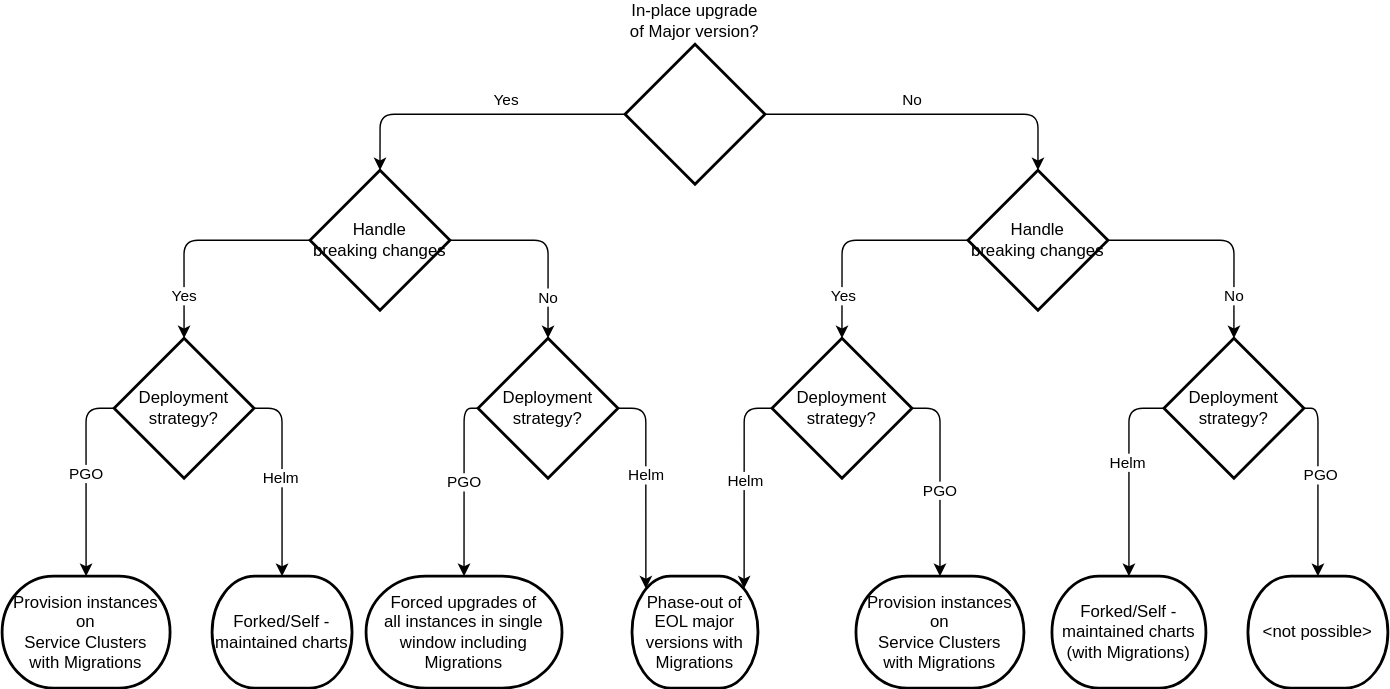
Above: docs/modules/ROOT/assets/images/decision-tree.drawio.svg in vshn/appcat-service-postgresql (draw.io), before the change. Source tidied: cells renumbered, new cells last; positions are measured from the earlier drawing's top-left corner, leaving out a move shared by most shapes.
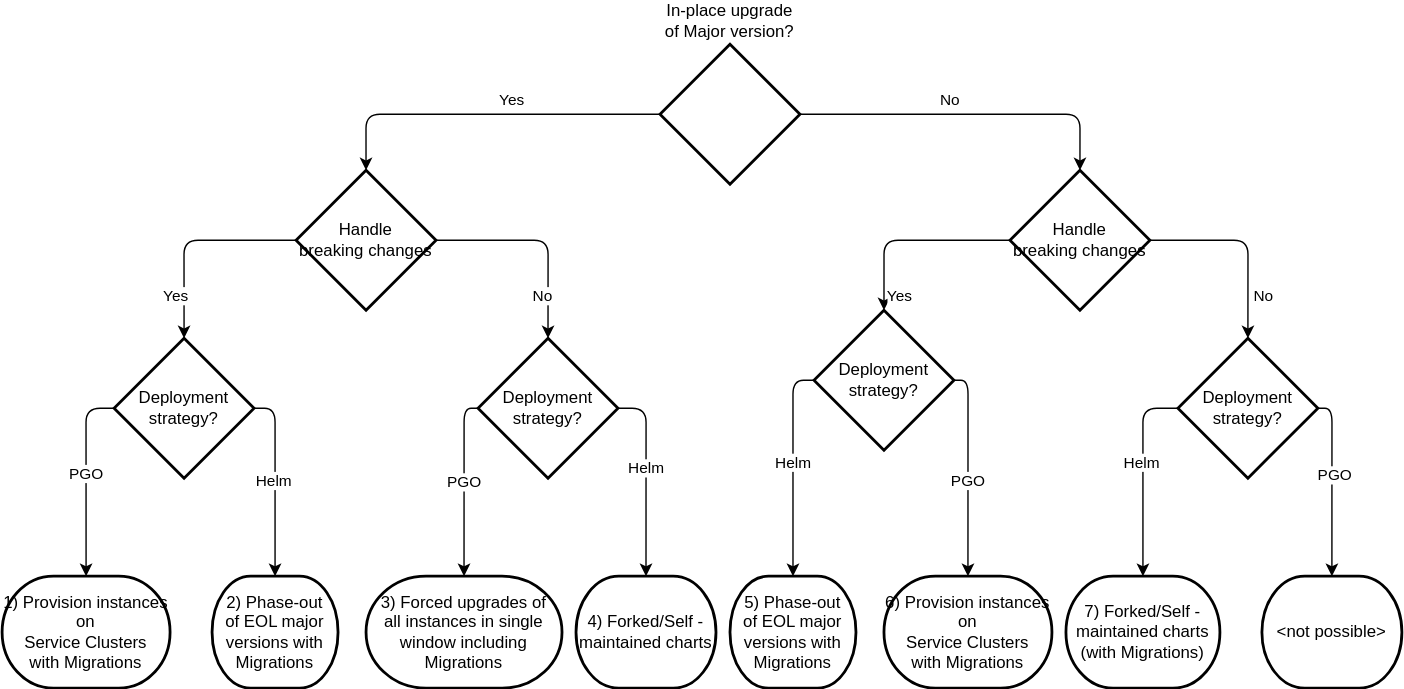
After the commit.

Commit message:
Decision: deployment strategy

What changed in the source:
```diff
@@ -19,7 +19,7 @@
       </mxGeometry>
     </mxCell>
     <mxCell id="6" value="In-place upgrade of Major version?" style="strokeWidth=2;html=1;shape=mxgraph.flowchart.decision;whiteSpace=wrap;labelPosition=center;verticalLabelPosition=top;align=center;verticalAlign=bottom;" parent="1" vertex="1">
-      <mxGeometry x="445" width="100" height="100" as="geometry" />
+      <mxGeometry x="470" width="100" height="100" as="geometry" />
     </mxCell>
     <mxCell id="7" style="edgeStyle=orthogonalEdgeStyle;html=1;exitX=0;exitY=0.5;exitDx=0;exitDy=0;exitPerimeter=0;entryX=0.5;entryY=0;entryDx=0;entryDy=0;entryPerimeter=0;" parent="1" edge="1" source="11" target="17">
       <mxGeometry relative="1" as="geometry" />
@@ -29,7 +29,7 @@
         <mxPoint x="-1" y="-10" as="offset" />
       </mxGeometry>
     </mxCell>
-    <mxCell id="9" style="edgeStyle=orthogonalEdgeStyle;html=1;exitX=1;exitY=0.5;exitDx=0;exitDy=0;exitPerimeter=0;entryX=0.5;entryY=0;entryDx=0;entryDy=0;entryPerimeter=0;" parent="1" edge="1" source="11" target="29">
+    <mxCell id="9" style="edgeStyle=orthogonalEdgeStyle;html=1;exitX=1;exitY=0.5;exitDx=0;exitDy=0;exitPerimeter=0;entryX=0.5;entryY=0;entryDx=0;entryDy=0;entryPerimeter=0;" parent="1" edge="1" source="11" target="44">
       <mxGeometry relative="1" as="geometry" />
     </mxCell>
     <mxCell id="10" value="Helm" style="edgeLabel;html=1;align=center;verticalAlign=middle;" parent="9" vertex="1">
@@ -55,12 +55,12 @@
       </mxGeometry>
     </mxCell>
     <mxCell id="16" value="Handle&lt;br&gt;breaking changes" style="strokeWidth=2;html=1;shape=mxgraph.flowchart.decision;whiteSpace=wrap;" parent="1" vertex="1">
-      <mxGeometry x="690" y="90" width="100" height="100" as="geometry" />
+      <mxGeometry x="720" y="90" width="100" height="100" as="geometry" />
     </mxCell>
-    <mxCell id="17" value="Provision instances on&amp;nbsp;&lt;br&gt;Service Clusters&lt;br&gt;with Migrations" style="strokeWidth=2;html=1;shape=mxgraph.flowchart.terminator;whiteSpace=wrap;" parent="1" vertex="1">
+    <mxCell id="17" value="1) Provision instances on&amp;nbsp;&lt;br&gt;Service Clusters&lt;br&gt;with Migrations" style="strokeWidth=2;html=1;shape=mxgraph.flowchart.terminator;whiteSpace=wrap;" parent="1" vertex="1">
       <mxGeometry y="380" width="120" height="80" as="geometry" />
     </mxCell>
-    <mxCell id="18" value="Forced upgrades of &lt;br&gt;all instances in single window including Migrations" style="strokeWidth=2;html=1;shape=mxgraph.flowchart.terminator;whiteSpace=wrap;" parent="1" vertex="1">
+    <mxCell id="18" value="3) Forced upgrades of &lt;br&gt;all instances in single window including Migrations" style="strokeWidth=2;html=1;shape=mxgraph.flowchart.terminator;whiteSpace=wrap;" parent="1" vertex="1">
       <mxGeometry x="260" y="380" width="140" height="80" as="geometry" />
     </mxCell>
     <mxCell id="19" style="edgeStyle=orthogonalEdgeStyle;html=1;exitX=0;exitY=0.5;exitDx=0;exitDy=0;exitPerimeter=0;entryX=0.5;entryY=0;entryDx=0;entryDy=0;entryPerimeter=0;" parent="1" edge="1" source="23" target="11">
@@ -80,7 +80,7 @@
       </mxGeometry>
     </mxCell>
     <mxCell id="23" value="Handle&lt;br&gt;breaking changes" style="strokeWidth=2;html=1;shape=mxgraph.flowchart.decision;whiteSpace=wrap;" parent="1" vertex="1">
-      <mxGeometry x="220" y="90" width="100" height="100" as="geometry" />
+      <mxGeometry x="210" y="90" width="100" height="100" as="geometry" />
     </mxCell>
     <mxCell id="24" style="edgeStyle=orthogonalEdgeStyle;html=1;exitX=0;exitY=0.5;exitDx=0;exitDy=0;exitPerimeter=0;entryX=0.5;entryY=0;entryDx=0;entryDy=0;entryPerimeter=0;" parent="1" edge="1" source="28" target="18">
       <mxGeometry relative="1" as="geometry" />
@@ -90,7 +90,7 @@
         <mxPoint y="3" as="offset" />
       </mxGeometry>
     </mxCell>
-    <mxCell id="26" style="edgeStyle=orthogonalEdgeStyle;html=1;exitX=1;exitY=0.5;exitDx=0;exitDy=0;exitPerimeter=0;entryX=0.11;entryY=0.11;entryDx=0;entryDy=0;entryPerimeter=0;" parent="1" edge="1" source="28" target="30">
+    <mxCell id="26" style="edgeStyle=orthogonalEdgeStyle;html=1;exitX=1;exitY=0.5;exitDx=0;exitDy=0;exitPerimeter=0;entryX=0.5;entryY=0;entryDx=0;entryDy=0;entryPerimeter=0;" parent="1" edge="1" source="28" target="29">
       <mxGeometry relative="1" as="geometry" />
     </mxCell>
     <mxCell id="27" value="Helm" style="edgeLabel;html=1;align=center;verticalAlign=middle;" parent="26" vertex="1">
@@ -101,13 +101,13 @@
     <mxCell id="28" value="Deployment strategy?" style="strokeWidth=2;html=1;shape=mxgraph.flowchart.decision;whiteSpace=wrap;" parent="1" vertex="1">
       <mxGeometry x="340" y="210" width="100" height="100" as="geometry" />
     </mxCell>
-    <mxCell id="29" value="Forked/Self -maintained charts" style="strokeWidth=2;html=1;shape=mxgraph.flowchart.terminator;whiteSpace=wrap;" parent="1" vertex="1">
-      <mxGeometry x="150" y="380" width="100" height="80" as="geometry" />
+    <mxCell id="29" value="4) Forked/Self -maintained charts" style="strokeWidth=2;html=1;shape=mxgraph.flowchart.terminator;whiteSpace=wrap;" parent="1" vertex="1">
+      <mxGeometry x="410" y="380" width="100" height="80" as="geometry" />
     </mxCell>
-    <mxCell id="30" value="Phase-out of EOL major versions with Migrations" style="strokeWidth=2;html=1;shape=mxgraph.flowchart.terminator;whiteSpace=wrap;" parent="1" vertex="1">
-      <mxGeometry x="450" y="380" width="90" height="80" as="geometry" />
+    <mxCell id="30" value="5) Phase-out&lt;br&gt;of EOL major versions with Migrations" style="strokeWidth=2;html=1;shape=mxgraph.flowchart.terminator;whiteSpace=wrap;" parent="1" vertex="1">
+      <mxGeometry x="520" y="380" width="90" height="80" as="geometry" />
     </mxCell>
-    <mxCell id="31" style="edgeStyle=orthogonalEdgeStyle;html=1;exitX=0;exitY=0.5;exitDx=0;exitDy=0;exitPerimeter=0;entryX=0.89;entryY=0.11;entryDx=0;entryDy=0;entryPerimeter=0;" parent="1" edge="1" source="35" target="30">
+    <mxCell id="31" style="edgeStyle=orthogonalEdgeStyle;html=1;exitX=0;exitY=0.5;exitDx=0;exitDy=0;exitPerimeter=0;entryX=0.5;entryY=0;entryDx=0;entryDy=0;entryPerimeter=0;" parent="1" edge="1" source="35" target="30">
       <mxGeometry relative="1" as="geometry" />
     </mxCell>
     <mxCell id="32" value="Helm" style="edgeLabel;html=1;align=center;verticalAlign=middle;" parent="31" vertex="1">
@@ -124,13 +124,13 @@
       </mxGeometry>
     </mxCell>
     <mxCell id="35" value="Deployment strategy?" style="strokeWidth=2;html=1;shape=mxgraph.flowchart.decision;whiteSpace=wrap;" parent="1" vertex="1">
-      <mxGeometry x="550" y="210" width="100" height="100" as="geometry" />
+      <mxGeometry x="580" y="190" width="100" height="100" as="geometry" />
     </mxCell>
-    <mxCell id="36" value="Provision instances on&amp;nbsp;&lt;br&gt;Service Clusters&lt;br&gt;with Migrations" style="strokeWidth=2;html=1;shape=mxgraph.flowchart.terminator;whiteSpace=wrap;" parent="1" vertex="1">
-      <mxGeometry x="610" y="380" width="120" height="80" as="geometry" />
+    <mxCell id="36" value="6) Provision instances on&amp;nbsp;&lt;br&gt;Service Clusters&lt;br&gt;with Migrations" style="strokeWidth=2;html=1;shape=mxgraph.flowchart.terminator;whiteSpace=wrap;" parent="1" vertex="1">
+      <mxGeometry x="630" y="380" width="120" height="80" as="geometry" />
     </mxCell>
-    <mxCell id="37" value="&lt;span&gt;Forked/Self -maintained charts&lt;br&gt;(with Migrations)&lt;br&gt;&lt;/span&gt;" style="strokeWidth=2;html=1;shape=mxgraph.flowchart.terminator;whiteSpace=wrap;" parent="1" vertex="1">
-      <mxGeometry x="750" y="380" width="110" height="80" as="geometry" />
+    <mxCell id="37" value="&lt;span&gt;7) Forked/Self -maintained charts&lt;br&gt;(with Migrations)&lt;br&gt;&lt;/span&gt;" style="strokeWidth=2;html=1;shape=mxgraph.flowchart.terminator;whiteSpace=wrap;" parent="1" vertex="1">
+      <mxGeometry x="760" y="380" width="110" height="80" as="geometry" />
     </mxCell>
     <mxCell id="38" style="edgeStyle=orthogonalEdgeStyle;html=1;exitX=0;exitY=0.5;exitDx=0;exitDy=0;exitPerimeter=0;entryX=0.5;entryY=0;entryDx=0;entryDy=0;entryPerimeter=0;" parent="1" edge="1" source="42" target="37">
       <mxGeometry relative="1" as="geometry" />
@@ -145,10 +145,13 @@
       <mxGeometry x="-0.12" y="2" relative="1" as="geometry" />
     </mxCell>
     <mxCell id="42" value="Deployment strategy?" style="strokeWidth=2;html=1;shape=mxgraph.flowchart.decision;whiteSpace=wrap;" parent="1" vertex="1">
-      <mxGeometry x="830" y="210" width="100" height="100" as="geometry" />
+      <mxGeometry x="840" y="210" width="100" height="100" as="geometry" />
     </mxCell>
     <mxCell id="43" value="&amp;lt;not possible&amp;gt;" style="strokeWidth=2;html=1;shape=mxgraph.flowchart.terminator;whiteSpace=wrap;" parent="1" vertex="1">
-      <mxGeometry x="890" y="380" width="100" height="80" as="geometry" />
+      <mxGeometry x="900" y="380" width="100" height="80" as="geometry" />
     </mxCell>
+    <mxCell id="44" value="2) Phase-out &lt;br&gt;of EOL major versions with Migrations" style="strokeWidth=2;html=1;shape=mxgraph.flowchart.terminator;whiteSpace=wrap;" parent="1" vertex="1">
+      <mxGeometry x="150" y="380" width="90" height="80" as="geometry" />
+    </mxCell>
   </root>
 </mxGraphModel>
```
